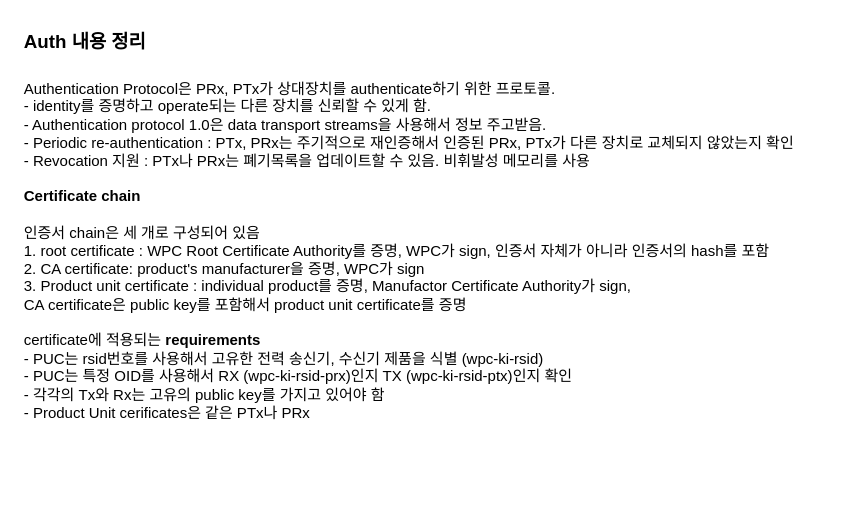
Earlier version of the draw.io diagram diagram/Auth.drawio (Jwoo0725/Ki). Source tidied: cells renumbered, new cells numbered last; positions are measured from the earlier drawing's top-left corner, leaving out a move shared by most shapes. Both pictures are drawn from the tidied source at 125%, with x=0, y=0 at pixel (21, 21).
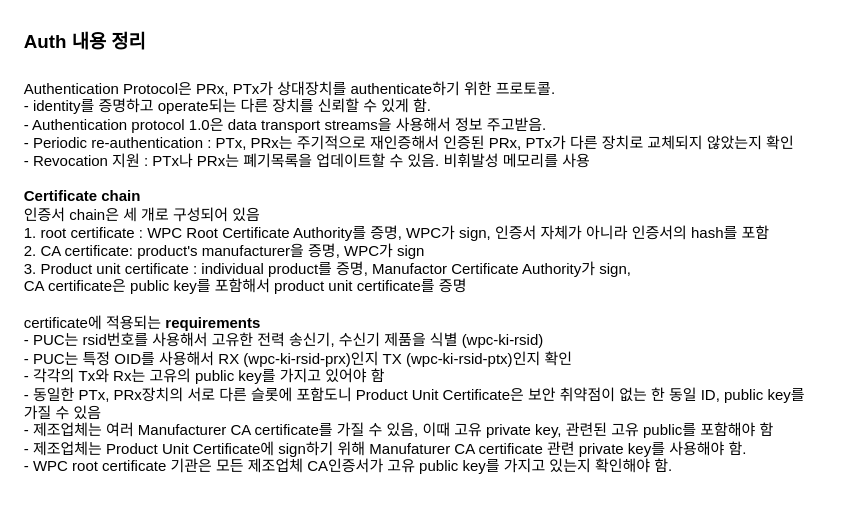
Above is the later version.

What changed in the source:
```diff
@@
 <mxGraphModel>
   <root>
     <mxCell id="0" />
     <mxCell id="1" parent="0" />
     <mxCell id="2" value="Auth 내용 정리" style="text;html=1;whiteSpace=wrap;strokeColor=none;fillColor=none;align=left;verticalAlign=middle;rounded=0;fontStyle=1;fontSize=15;" parent="1" vertex="1">
       <mxGeometry width="120" height="30" as="geometry" />
     </mxCell>
-    <mxCell id="3" value="&lt;div&gt;Authentication Protocol은 PRx, PTx가 상대장치를 authenticate하기 위한 프로토콜.&lt;/div&gt;&lt;div&gt;- identity를 증명하고 operate되는 다른 장치를 신뢰할 수 있게 함.&amp;nbsp;&lt;/div&gt;&lt;div&gt;- Authentication protocol 1.0은 data transport streams을 사용해서 정보 주고받음.&amp;nbsp;&lt;/div&gt;&lt;div&gt;- Periodic re-authentication : PTx, PRx는 주기적으로 재인증해서 인증된 PRx, PTx가 다른 장치로 교체되지 않았는지 확인&lt;/div&gt;&lt;div&gt;- Revocation 지원 : PTx나 PRx는 폐기목록을 업데이트할 수 있음. 비휘발성 메모리를 사용&lt;/div&gt;&lt;div&gt;&lt;br&gt;&lt;/div&gt;&lt;div&gt;&lt;b&gt;Certificate chain&lt;/b&gt;&lt;/div&gt;&lt;div&gt;&lt;br&gt;&lt;/div&gt;인증서 chain은 세 개로 구성되어 있음&lt;div&gt;1. root certificate : WPC Root Certificate Authority를 증명, WPC가 sign, 인증서 자체가 아니라 인증서의 hash를 포함&lt;/div&gt;&lt;div&gt;2. CA certificate: product's manufacturer을 증명, WPC가 sign&lt;/div&gt;&lt;div&gt;3. Product unit certificate : individual product를 증명, Manufactor Certificate Authority가 sign,&lt;/div&gt;&lt;div&gt;CA certificate은 public key를 포함해서 product unit certificate를 증명&lt;/div&gt;&lt;div&gt;&lt;br&gt;&lt;/div&gt;&lt;div&gt;certificate에 적용되는 &lt;b&gt;requirements&lt;/b&gt;&lt;/div&gt;&lt;div&gt;- PUC는 rsid번호를 사용해서 고유한 전력 송신기, 수신기 제품을 식별 (wpc-ki-rsid)&lt;/div&gt;&lt;div&gt;- PUC는 특정 OID를 사용해서 RX&lt;span style=&quot;background-color: transparent; color: light-dark(rgb(0, 0, 0), rgb(255, 255, 255));&quot;&gt;&amp;nbsp;&lt;/span&gt;&lt;span style=&quot;background-color: transparent; color: light-dark(rgb(0, 0, 0), rgb(255, 255, 255));&quot;&gt;(wpc-ki-rsid-prx)&lt;/span&gt;&lt;span style=&quot;background-color: transparent; color: light-dark(rgb(0, 0, 0), rgb(255, 255, 255));&quot;&gt;인지 TX&lt;/span&gt;&lt;span style=&quot;background-color: transparent; color: light-dark(rgb(0, 0, 0), rgb(255, 255, 255));&quot;&gt;&amp;nbsp;&lt;/span&gt;&lt;span style=&quot;background-color: transparent; color: light-dark(rgb(0, 0, 0), rgb(255, 255, 255));&quot;&gt;(wpc-ki-rsid-ptx)&lt;/span&gt;&lt;span style=&quot;background-color: transparent; color: light-dark(rgb(0, 0, 0), rgb(255, 255, 255));&quot;&gt;인지 확인&lt;/span&gt;&lt;/div&gt;&lt;div&gt;- 각각의 Tx와 Rx는 고유의 public key를 가지고 있어야 함&lt;/div&gt;&lt;div&gt;- Product Unit cerificates은 같은 PTx나 PRx&amp;nbsp;&lt;/div&gt;" style="text;html=1;whiteSpace=wrap;strokeColor=none;fillColor=none;align=left;verticalAlign=top;rounded=0;labelPosition=center;verticalLabelPosition=middle;" parent="1" vertex="1">
-      <mxGeometry y="40" width="640" height="180" as="geometry" />
+    <mxCell id="3" value="&lt;div&gt;Authentication Protocol은 PRx, PTx가 상대장치를 authenticate하기 위한 프로토콜.&lt;/div&gt;&lt;div&gt;- identity를 증명하고 operate되는 다른 장치를 신뢰할 수 있게 함.&amp;nbsp;&lt;/div&gt;&lt;div&gt;- Authentication protocol 1.0은 data transport streams을 사용해서 정보 주고받음.&amp;nbsp;&lt;/div&gt;&lt;div&gt;- Periodic re-authentication : PTx, PRx는 주기적으로 재인증해서 인증된 PRx, PTx가 다른 장치로 교체되지 않았는지 확인&lt;/div&gt;&lt;div&gt;- Revocation 지원 : PTx나 PRx는 폐기목록을 업데이트할 수 있음. 비휘발성 메모리를 사용&lt;/div&gt;&lt;div&gt;&lt;br&gt;&lt;/div&gt;&lt;div&gt;&lt;b&gt;Certificate chain&lt;/b&gt;&lt;/div&gt;인증서 chain은 세 개로 구성되어 있음&lt;div&gt;1. root certificate : WPC Root Certificate Authority를 증명, WPC가 sign, 인증서 자체가 아니라 인증서의 hash를 포함&lt;/div&gt;&lt;div&gt;2. CA certificate: product's manufacturer을 증명, WPC가 sign&lt;/div&gt;&lt;div&gt;3. Product unit certificate : individual product를 증명, Manufactor Certificate Authority가 sign,&lt;/div&gt;&lt;div&gt;CA certificate은 public key를 포함해서 product unit certificate를 증명&lt;/div&gt;&lt;div&gt;&lt;br&gt;&lt;/div&gt;&lt;div&gt;certificate에 적용되는 &lt;b&gt;requirements&lt;/b&gt;&lt;/div&gt;&lt;div&gt;- PUC는 rsid번호를 사용해서 고유한 전력 송신기, 수신기 제품을 식별 (wpc-ki-rsid)&lt;/div&gt;&lt;div&gt;- PUC는 특정 OID를 사용해서 RX&lt;span style=&quot;background-color: transparent; color: light-dark(rgb(0, 0, 0), rgb(255, 255, 255));&quot;&gt;&amp;nbsp;&lt;/span&gt;&lt;span style=&quot;background-color: transparent; color: light-dark(rgb(0, 0, 0), rgb(255, 255, 255));&quot;&gt;(wpc-ki-rsid-prx)&lt;/span&gt;&lt;span style=&quot;background-color: transparent; color: light-dark(rgb(0, 0, 0), rgb(255, 255, 255));&quot;&gt;인지 TX&lt;/span&gt;&lt;span style=&quot;background-color: transparent; color: light-dark(rgb(0, 0, 0), rgb(255, 255, 255));&quot;&gt;&amp;nbsp;&lt;/span&gt;&lt;span style=&quot;background-color: transparent; color: light-dark(rgb(0, 0, 0), rgb(255, 255, 255));&quot;&gt;(wpc-ki-rsid-ptx)&lt;/span&gt;&lt;span style=&quot;background-color: transparent; color: light-dark(rgb(0, 0, 0), rgb(255, 255, 255));&quot;&gt;인지 확인&lt;/span&gt;&lt;/div&gt;&lt;div&gt;- 각각의 Tx와 Rx는 고유의 public key를 가지고 있어야 함&lt;/div&gt;&lt;div&gt;- 동일한 PTx, PRx장치의 서로 다른 슬롯에 포함도니 Product Unit Certificate은 보안 취약점이 없는 한 동일 ID, public key를 가질 수 있음&amp;nbsp;&lt;/div&gt;&lt;div&gt;- 제조업체는 여러 Manufacturer CA certificate를 가질 수 있음, 이때 고유 private key, 관련된 고유 public를 포함해야 함&amp;nbsp;&lt;/div&gt;&lt;div&gt;- 제조업체는 Product Unit Certificate에 sign하기 위해 Manufaturer CA certificate 관련 private key를 사용해야 함.&amp;nbsp;&lt;/div&gt;&lt;div&gt;- WPC root certificate 기관은 모든 제조업체 CA인증서가 고유 public key를 가지고 있는지 확인해야 함.&amp;nbsp;&lt;/div&gt;" style="text;html=1;whiteSpace=wrap;strokeColor=none;fillColor=none;align=left;verticalAlign=top;rounded=0;labelPosition=center;verticalLabelPosition=middle;" parent="1" vertex="1">
+      <mxGeometry y="40" width="640" height="340" as="geometry" />
     </mxCell>
   </root>
 </mxGraphModel>
```
